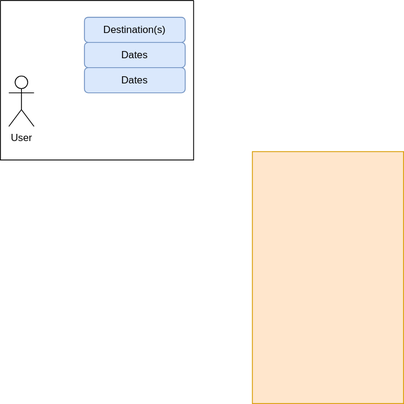
Before: FlightBookingSuggestor_v1.svg, a diagram exported from draw.io (slueckenotto99/FlightBookingSuggestor). Source tidied: cells renumbered, new cells last; positions are measured from the earlier drawing's top-left corner, leaving out a move shared by most shapes.
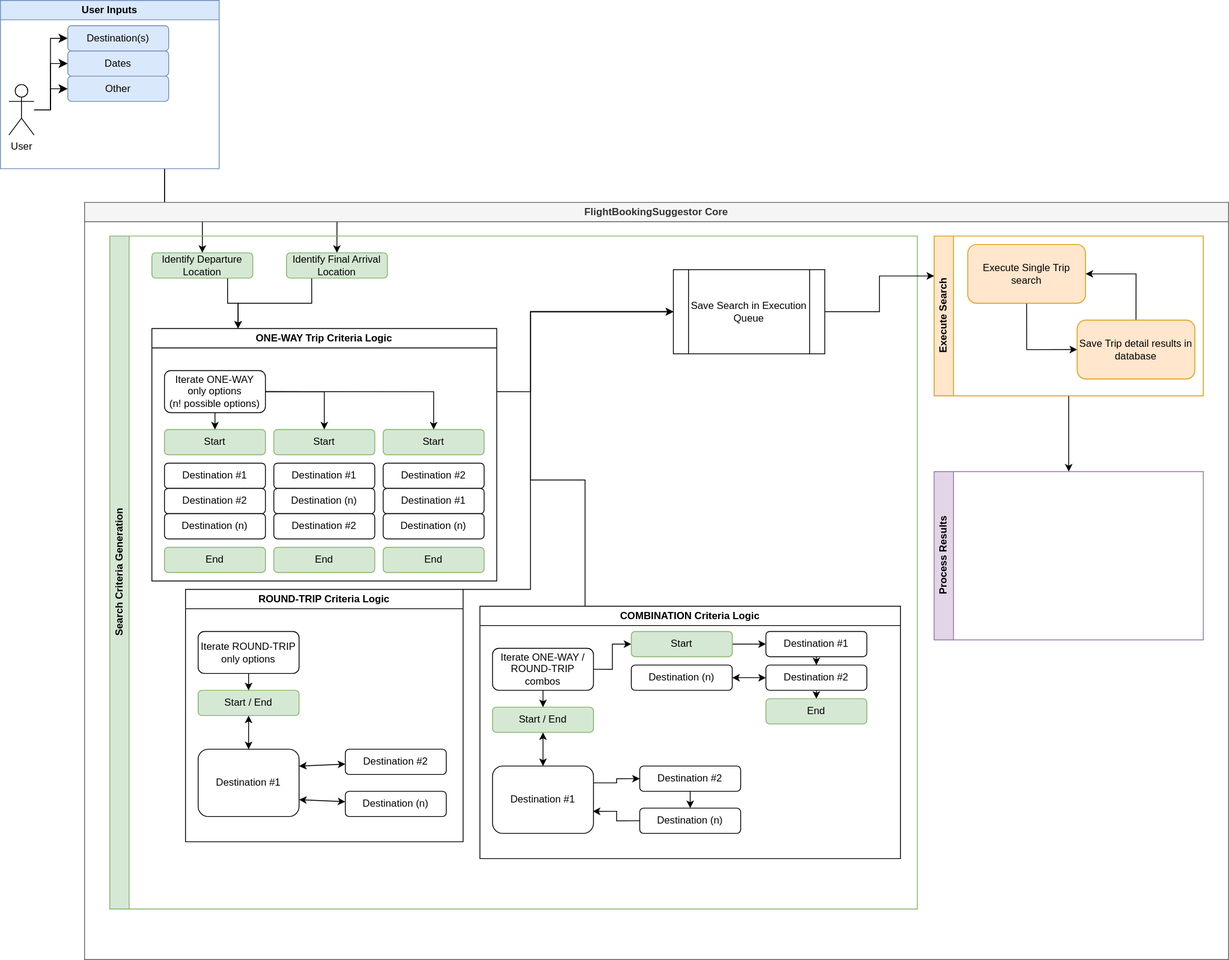
After the change.

Diff of the diagram source:
```diff
@@ -2,23 +2,258 @@
   <root>
     <mxCell id="0" />
     <mxCell id="1" parent="0" />
-    <mxCell id="2" style="rounded=0;whiteSpace=wrap;html=1;fillColor=#ffe6cc;strokeColor=#d79b00;" parent="1" vertex="1">
-      <mxGeometry x="300" y="180" width="180" height="300" as="geometry" />
-    </mxCell>
-    <mxCell id="3" style="swimlane;startSize=0;" parent="1" vertex="1">
-      <mxGeometry width="230" height="190" as="geometry" />
-    </mxCell>
+    <mxCell id="8" style="edgeStyle=orthogonalEdgeStyle;rounded=0;jettySize=auto;html=1;exitX=0.75;exitY=1;exitDx=0;exitDy=0;entryX=0.5;entryY=0;entryDx=0;entryDy=0;" parent="1" edge="1" source="10" target="17">
+      <mxGeometry relative="1" as="geometry" />
+    </mxCell>
+    <mxCell id="9" style="edgeStyle=orthogonalEdgeStyle;rounded=0;jettySize=auto;html=1;exitX=0.75;exitY=1;exitDx=0;exitDy=0;entryX=0.5;entryY=0;entryDx=0;entryDy=0;" parent="1" edge="1" source="10" target="19">
+      <mxGeometry relative="1" as="geometry" />
+    </mxCell>
+    <mxCell id="10" value="User Inputs" style="swimlane;whiteSpace=wrap;html=1;fillColor=#dae8fc;strokeColor=#6c8ebf;" parent="1" vertex="1">
+      <mxGeometry x="-10" y="10" width="260" height="200" as="geometry" />
+    </mxCell>
-    <mxCell id="4" value="User" style="shape=umlActor;verticalLabelPosition=bottom;verticalAlign=top;html=1;outlineConnect=0;" parent="3" vertex="1">
-      <mxGeometry x="10" y="90" width="30" height="60" as="geometry" />
+    <mxCell id="4" value="User" style="shape=umlActor;verticalLabelPosition=bottom;verticalAlign=top;html=1;outlineConnect=0;" parent="10" vertex="1">
+      <mxGeometry x="10" y="100" width="30" height="60" as="geometry" />
     </mxCell>
-    <mxCell id="5" value="Destination(s)" style="rounded=1;whiteSpace=wrap;html=1;fillColor=#dae8fc;strokeColor=#6c8ebf;" parent="3" vertex="1">
-      <mxGeometry x="100" y="20" width="120" height="30" as="geometry" />
+    <mxCell id="5" value="Destination(s)" style="rounded=1;whiteSpace=wrap;html=1;fillColor=#dae8fc;strokeColor=#6c8ebf;" parent="10" vertex="1">
+      <mxGeometry x="80" y="30" width="120" height="30" as="geometry" />
     </mxCell>
-    <mxCell id="6" value="Dates" style="rounded=1;whiteSpace=wrap;html=1;fillColor=#dae8fc;strokeColor=#6c8ebf;" parent="3" vertex="1">
-      <mxGeometry x="100" y="50" width="120" height="30" as="geometry" />
+    <mxCell id="6" value="Dates" style="rounded=1;whiteSpace=wrap;html=1;fillColor=#dae8fc;strokeColor=#6c8ebf;" parent="10" vertex="1">
+      <mxGeometry x="80" y="60" width="120" height="30" as="geometry" />
     </mxCell>
-    <mxCell id="7" value="Dates" style="rounded=1;whiteSpace=wrap;html=1;fillColor=#dae8fc;strokeColor=#6c8ebf;" parent="3" vertex="1">
-      <mxGeometry x="100" y="80" width="120" height="30" as="geometry" />
+    <mxCell id="7" value="Other" style="rounded=1;whiteSpace=wrap;html=1;fillColor=#dae8fc;strokeColor=#6c8ebf;" parent="10" vertex="1">
+      <mxGeometry x="80" y="90" width="120" height="30" as="geometry" />
     </mxCell>
+    <mxCell id="11" style="edgeStyle=elbowEdgeStyle;elbow=horizontal;endArrow=classic;html=1;curved=0;rounded=0;endSize=8;startSize=8;entryX=0;entryY=0.5;entryDx=0;entryDy=0;" parent="10" edge="1" source="4" target="5">
+      <mxGeometry relative="1" as="geometry" />
+    </mxCell>
+    <mxCell id="12" style="edgeStyle=elbowEdgeStyle;elbow=horizontal;endArrow=classic;html=1;curved=0;rounded=0;endSize=8;startSize=8;" parent="10" edge="1" source="4" target="6">
+      <mxGeometry relative="1" as="geometry" />
+    </mxCell>
+    <mxCell id="13" style="edgeStyle=elbowEdgeStyle;elbow=horizontal;endArrow=classic;html=1;curved=0;rounded=0;endSize=8;startSize=8;" parent="10" edge="1" source="4" target="7">
+      <mxGeometry relative="1" as="geometry" />
+    </mxCell>
+    <mxCell id="14" value="FlightBookingSuggestor Core" style="swimlane;whiteSpace=wrap;html=1;fillColor=#f5f5f5;fontColor=#333333;strokeColor=#666666;" parent="1" vertex="1">
+      <mxGeometry x="90" y="250" width="1360" height="900" as="geometry" />
+    </mxCell>
+    <mxCell id="15" value="Search Criteria Generation" style="swimlane;horizontal=0;whiteSpace=wrap;html=1;fillColor=#d5e8d4;strokeColor=#82b366;" parent="14" vertex="1">
+      <mxGeometry x="30" y="40" width="960" height="800" as="geometry" />
+    </mxCell>
+    <mxCell id="16" style="edgeStyle=orthogonalEdgeStyle;rounded=0;jettySize=auto;html=1;exitX=0.75;exitY=1;exitDx=0;exitDy=0;entryX=0.25;entryY=0;entryDx=0;entryDy=0;" parent="15" edge="1" source="17" target="20">
+      <mxGeometry relative="1" as="geometry" />
+    </mxCell>
+    <mxCell id="17" value="Identify Departure Location" style="rounded=1;whiteSpace=wrap;html=1;fillColor=#d5e8d4;strokeColor=#82b366;" parent="15" vertex="1">
+      <mxGeometry x="50" y="20" width="120" height="30" as="geometry" />
+    </mxCell>
+    <mxCell id="18" style="edgeStyle=orthogonalEdgeStyle;rounded=0;jettySize=auto;html=1;exitX=0.25;exitY=1;exitDx=0;exitDy=0;entryX=0.25;entryY=0;entryDx=0;entryDy=0;" parent="15" edge="1" source="19" target="20">
+      <mxGeometry relative="1" as="geometry" />
+    </mxCell>
+    <mxCell id="19" value="Identify Final Arrival Location" style="rounded=1;whiteSpace=wrap;html=1;fillColor=#d5e8d4;strokeColor=#82b366;" parent="15" vertex="1">
+      <mxGeometry x="210" y="20" width="120" height="30" as="geometry" />
+    </mxCell>
+    <mxCell id="20" value="ONE-WAY Trip Criteria Logic" style="swimlane;whiteSpace=wrap;html=1;" parent="15" vertex="1">
+      <mxGeometry x="50" y="110" width="410" height="300" as="geometry" />
+    </mxCell>
+    <mxCell id="21" value="Destination #1" style="rounded=1;whiteSpace=wrap;html=1;" parent="20" vertex="1">
+      <mxGeometry x="15" y="160" width="120" height="30" as="geometry" />
+    </mxCell>
+    <mxCell id="22" value="Destination #2" style="rounded=1;whiteSpace=wrap;html=1;" parent="20" vertex="1">
+      <mxGeometry x="15" y="190" width="120" height="30" as="geometry" />
+    </mxCell>
+    <mxCell id="23" value="Destination (n)" style="rounded=1;whiteSpace=wrap;html=1;" parent="20" vertex="1">
+      <mxGeometry x="15" y="220" width="120" height="30" as="geometry" />
+    </mxCell>
+    <mxCell id="24" value="Start" style="rounded=1;whiteSpace=wrap;html=1;fillColor=#d5e8d4;strokeColor=#82b366;" parent="20" vertex="1">
+      <mxGeometry x="15" y="120" width="120" height="30" as="geometry" />
+    </mxCell>
+    <mxCell id="25" value="End" style="rounded=1;whiteSpace=wrap;html=1;fillColor=#d5e8d4;strokeColor=#82b366;" parent="20" vertex="1">
+      <mxGeometry x="15" y="260" width="120" height="30" as="geometry" />
+    </mxCell>
+    <mxCell id="26" value="Destination #1" style="rounded=1;whiteSpace=wrap;html=1;" parent="20" vertex="1">
+      <mxGeometry x="145" y="160" width="120" height="30" as="geometry" />
+    </mxCell>
+    <mxCell id="27" value="Destination (n)" style="rounded=1;whiteSpace=wrap;html=1;" parent="20" vertex="1">
+      <mxGeometry x="145" y="190" width="120" height="30" as="geometry" />
+    </mxCell>
+    <mxCell id="28" value="Destination #2" style="rounded=1;whiteSpace=wrap;html=1;" parent="20" vertex="1">
+      <mxGeometry x="145" y="220" width="120" height="30" as="geometry" />
+    </mxCell>
+    <mxCell id="29" value="Start" style="rounded=1;whiteSpace=wrap;html=1;fillColor=#d5e8d4;strokeColor=#82b366;" parent="20" vertex="1">
+      <mxGeometry x="145" y="120" width="120" height="30" as="geometry" />
+    </mxCell>
+    <mxCell id="30" value="End" style="rounded=1;whiteSpace=wrap;html=1;fillColor=#d5e8d4;strokeColor=#82b366;" parent="20" vertex="1">
+      <mxGeometry x="145" y="260" width="120" height="30" as="geometry" />
+    </mxCell>
+    <mxCell id="31" value="Destination #2" style="rounded=1;whiteSpace=wrap;html=1;" parent="20" vertex="1">
+      <mxGeometry x="275" y="160" width="120" height="30" as="geometry" />
+    </mxCell>
+    <mxCell id="32" value="Destination #1" style="rounded=1;whiteSpace=wrap;html=1;" parent="20" vertex="1">
+      <mxGeometry x="275" y="190" width="120" height="30" as="geometry" />
+    </mxCell>
+    <mxCell id="33" value="Destination (n)" style="rounded=1;whiteSpace=wrap;html=1;" parent="20" vertex="1">
+      <mxGeometry x="275" y="220" width="120" height="30" as="geometry" />
+    </mxCell>
+    <mxCell id="34" value="Start" style="rounded=1;whiteSpace=wrap;html=1;fillColor=#d5e8d4;strokeColor=#82b366;" parent="20" vertex="1">
+      <mxGeometry x="275" y="120" width="120" height="30" as="geometry" />
+    </mxCell>
+    <mxCell id="35" value="End" style="rounded=1;whiteSpace=wrap;html=1;fillColor=#d5e8d4;strokeColor=#82b366;" parent="20" vertex="1">
+      <mxGeometry x="275" y="260" width="120" height="30" as="geometry" />
+    </mxCell>
+    <mxCell id="36" style="edgeStyle=orthogonalEdgeStyle;rounded=0;jettySize=auto;html=1;exitX=0.5;exitY=1;exitDx=0;exitDy=0;entryX=0.5;entryY=0;entryDx=0;entryDy=0;" parent="20" edge="1" source="39" target="24">
+      <mxGeometry relative="1" as="geometry" />
+    </mxCell>
+    <mxCell id="37" style="edgeStyle=orthogonalEdgeStyle;rounded=0;jettySize=auto;html=1;exitX=1;exitY=0.5;exitDx=0;exitDy=0;entryX=0.5;entryY=0;entryDx=0;entryDy=0;" parent="20" edge="1" source="39" target="29">
+      <mxGeometry relative="1" as="geometry" />
+    </mxCell>
+    <mxCell id="38" style="edgeStyle=orthogonalEdgeStyle;rounded=0;jettySize=auto;html=1;exitX=1;exitY=0.5;exitDx=0;exitDy=0;entryX=0.5;entryY=0;entryDx=0;entryDy=0;" parent="20" edge="1" source="39" target="34">
+      <mxGeometry relative="1" as="geometry" />
+    </mxCell>
+    <mxCell id="39" value="Iterate ONE-WAY only options&lt;div&gt;(n! possible options)&lt;/div&gt;" style="rounded=1;whiteSpace=wrap;html=1;" parent="20" vertex="1">
+      <mxGeometry x="15" y="50" width="120" height="50" as="geometry" />
+    </mxCell>
+    <mxCell id="40" value="Save Search in Execution Queue" style="shape=process;whiteSpace=wrap;html=1;backgroundOutline=1;" parent="15" vertex="1">
+      <mxGeometry x="670" y="40" width="180" height="100" as="geometry" />
+    </mxCell>
+    <mxCell id="41" style="edgeStyle=orthogonalEdgeStyle;rounded=0;jettySize=auto;html=1;exitX=1;exitY=0.25;exitDx=0;exitDy=0;" parent="15" edge="1" source="20" target="40">
+      <mxGeometry relative="1" as="geometry">
+        <Array as="points">
+          <mxPoint x="500" y="185" />
+          <mxPoint x="500" y="90" />
+        </Array>
+      </mxGeometry>
+    </mxCell>
+    <mxCell id="42" style="edgeStyle=orthogonalEdgeStyle;rounded=0;jettySize=auto;html=1;exitX=1;exitY=0;exitDx=0;exitDy=0;entryX=0;entryY=0.5;entryDx=0;entryDy=0;" parent="15" edge="1" source="43" target="40">
+      <mxGeometry relative="1" as="geometry">
+        <Array as="points">
+          <mxPoint x="500" y="420" />
+          <mxPoint x="500" y="90" />
+        </Array>
+      </mxGeometry>
+    </mxCell>
+    <mxCell id="43" value="ROUND-TRIP Criteria Logic" style="swimlane;whiteSpace=wrap;html=1;" parent="15" vertex="1">
+      <mxGeometry x="90" y="420" width="330" height="300" as="geometry" />
+    </mxCell>
+    <mxCell id="44" value="Destination #1" style="rounded=1;whiteSpace=wrap;html=1;" parent="43" vertex="1">
+      <mxGeometry x="15" y="190" width="120" height="80" as="geometry" />
+    </mxCell>
+    <mxCell id="45" value="Destination #2" style="rounded=1;whiteSpace=wrap;html=1;" parent="43" vertex="1">
+      <mxGeometry x="190" y="190" width="120" height="30" as="geometry" />
+    </mxCell>
+    <mxCell id="46" value="Destination (n)" style="rounded=1;whiteSpace=wrap;html=1;" parent="43" vertex="1">
+      <mxGeometry x="190" y="240" width="120" height="30" as="geometry" />
+    </mxCell>
+    <mxCell id="47" value="Start / End" style="rounded=1;whiteSpace=wrap;html=1;fillColor=#d5e8d4;strokeColor=#82b366;" parent="43" vertex="1">
+      <mxGeometry x="15" y="120" width="120" height="30" as="geometry" />
+    </mxCell>
+    <mxCell id="48" style="edgeStyle=orthogonalEdgeStyle;rounded=0;jettySize=auto;html=1;exitX=0.5;exitY=1;exitDx=0;exitDy=0;entryX=0.5;entryY=0;entryDx=0;entryDy=0;" parent="43" edge="1" source="49" target="47">
+      <mxGeometry relative="1" as="geometry" />
+    </mxCell>
+    <mxCell id="49" value="Iterate ROUND-TRIP only options" style="rounded=1;whiteSpace=wrap;html=1;" parent="43" vertex="1">
+      <mxGeometry x="15" y="50" width="120" height="50" as="geometry" />
+    </mxCell>
+    <mxCell id="50" style="endArrow=classic;startArrow=classic;html=1;rounded=0;exitX=1;exitY=0.25;exitDx=0;exitDy=0;" parent="43" edge="1" source="44" target="45">
+      <mxGeometry relative="1" as="geometry" />
+    </mxCell>
+    <mxCell id="51" style="endArrow=classic;startArrow=classic;html=1;rounded=0;exitX=1;exitY=0.75;exitDx=0;exitDy=0;" parent="43" edge="1" source="44" target="46">
+      <mxGeometry relative="1" as="geometry" />
+    </mxCell>
+    <mxCell id="52" style="endArrow=classic;startArrow=classic;html=1;rounded=0;exitX=0.5;exitY=1;exitDx=0;exitDy=0;entryX=0.5;entryY=0;entryDx=0;entryDy=0;" parent="43" edge="1" source="47" target="44">
+      <mxGeometry relative="1" as="geometry" />
+    </mxCell>
+    <mxCell id="53" style="edgeStyle=orthogonalEdgeStyle;rounded=0;jettySize=auto;html=1;exitX=0.25;exitY=0;exitDx=0;exitDy=0;entryX=0;entryY=0.5;entryDx=0;entryDy=0;" parent="15" edge="1" source="54" target="40">
+      <mxGeometry relative="1" as="geometry">
+        <Array as="points">
+          <mxPoint x="565" y="290" />
+          <mxPoint x="500" y="290" />
+          <mxPoint x="500" y="90" />
+        </Array>
+      </mxGeometry>
+    </mxCell>
+    <mxCell id="54" value="COMBINATION Criteria Logic" style="swimlane;whiteSpace=wrap;html=1;" parent="15" vertex="1">
+      <mxGeometry x="440" y="440" width="500" height="300" as="geometry" />
+    </mxCell>
+    <mxCell id="55" style="edgeStyle=orthogonalEdgeStyle;rounded=0;jettySize=auto;html=1;exitX=1;exitY=0.25;exitDx=0;exitDy=0;entryX=0;entryY=0.5;entryDx=0;entryDy=0;" parent="54" edge="1" source="56" target="58">
+      <mxGeometry relative="1" as="geometry" />
+    </mxCell>
+    <mxCell id="56" value="Destination #1" style="rounded=1;whiteSpace=wrap;html=1;" parent="54" vertex="1">
+      <mxGeometry x="15" y="190" width="120" height="80" as="geometry" />
+    </mxCell>
+    <mxCell id="57" style="edgeStyle=orthogonalEdgeStyle;rounded=0;jettySize=auto;html=1;exitX=0.5;exitY=1;exitDx=0;exitDy=0;entryX=0.5;entryY=0;entryDx=0;entryDy=0;" parent="54" edge="1" source="58" target="59">
+      <mxGeometry relative="1" as="geometry" />
+    </mxCell>
+    <mxCell id="58" value="Destination #2" style="rounded=1;whiteSpace=wrap;html=1;" parent="54" vertex="1">
+      <mxGeometry x="190" y="190" width="120" height="30" as="geometry" />
+    </mxCell>
+    <mxCell id="59" value="Destination (n)" style="rounded=1;whiteSpace=wrap;html=1;" parent="54" vertex="1">
+      <mxGeometry x="190" y="240" width="120" height="30" as="geometry" />
+    </mxCell>
+    <mxCell id="60" value="Start / End" style="rounded=1;whiteSpace=wrap;html=1;fillColor=#d5e8d4;strokeColor=#82b366;" parent="54" vertex="1">
+      <mxGeometry x="15" y="120" width="120" height="30" as="geometry" />
+    </mxCell>
+    <mxCell id="61" style="edgeStyle=orthogonalEdgeStyle;rounded=0;jettySize=auto;html=1;exitX=0.5;exitY=1;exitDx=0;exitDy=0;entryX=0.5;entryY=0;entryDx=0;entryDy=0;" parent="54" edge="1" source="63" target="60">
+      <mxGeometry relative="1" as="geometry" />
+    </mxCell>
+    <mxCell id="62" style="edgeStyle=orthogonalEdgeStyle;rounded=0;jettySize=auto;html=1;exitX=1;exitY=0.5;exitDx=0;exitDy=0;entryX=0;entryY=0.5;entryDx=0;entryDy=0;" parent="54" edge="1" source="63" target="72">
+      <mxGeometry relative="1" as="geometry" />
+    </mxCell>
+    <mxCell id="63" value="Iterate ONE-WAY / ROUND-TRIP combos" style="rounded=1;whiteSpace=wrap;html=1;" parent="54" vertex="1">
+      <mxGeometry x="15" y="50" width="120" height="50" as="geometry" />
+    </mxCell>
+    <mxCell id="64" style="endArrow=classic;startArrow=classic;html=1;rounded=0;exitX=0.5;exitY=1;exitDx=0;exitDy=0;entryX=0.5;entryY=0;entryDx=0;entryDy=0;" parent="54" edge="1" source="60" target="56">
+      <mxGeometry relative="1" as="geometry" />
+    </mxCell>
+    <mxCell id="65" style="edgeStyle=orthogonalEdgeStyle;rounded=0;jettySize=auto;html=1;exitX=0;exitY=0.5;exitDx=0;exitDy=0;entryX=0.993;entryY=0.673;entryDx=0;entryDy=0;entryPerimeter=0;" parent="54" edge="1" source="59" target="56">
+      <mxGeometry relative="1" as="geometry" />
+    </mxCell>
+    <mxCell id="66" style="edgeStyle=orthogonalEdgeStyle;rounded=0;jettySize=auto;html=1;exitX=0.5;exitY=1;exitDx=0;exitDy=0;entryX=0.5;entryY=0;entryDx=0;entryDy=0;" parent="54" edge="1" source="67" target="69">
+      <mxGeometry relative="1" as="geometry" />
+    </mxCell>
+    <mxCell id="67" value="Destination #1" style="rounded=1;whiteSpace=wrap;html=1;" parent="54" vertex="1">
+      <mxGeometry x="340" y="30" width="120" height="30" as="geometry" />
+    </mxCell>
+    <mxCell id="68" style="edgeStyle=orthogonalEdgeStyle;rounded=0;jettySize=auto;html=1;exitX=0.5;exitY=1;exitDx=0;exitDy=0;entryX=0.5;entryY=0;entryDx=0;entryDy=0;" parent="54" edge="1" source="69" target="74">
+      <mxGeometry relative="1" as="geometry" />
+    </mxCell>
+    <mxCell id="69" value="Destination #2" style="rounded=1;whiteSpace=wrap;html=1;" parent="54" vertex="1">
+      <mxGeometry x="340" y="70" width="120" height="30" as="geometry" />
+    </mxCell>
+    <mxCell id="70" value="Destination (n)" style="rounded=1;whiteSpace=wrap;html=1;" parent="54" vertex="1">
+      <mxGeometry x="180" y="70" width="120" height="30" as="geometry" />
+    </mxCell>
+    <mxCell id="71" style="edgeStyle=orthogonalEdgeStyle;rounded=0;jettySize=auto;html=1;exitX=1;exitY=0.5;exitDx=0;exitDy=0;entryX=0;entryY=0.5;entryDx=0;entryDy=0;" parent="54" edge="1" source="72" target="67">
+      <mxGeometry relative="1" as="geometry" />
+    </mxCell>
+    <mxCell id="72" value="Start" style="rounded=1;whiteSpace=wrap;html=1;fillColor=#d5e8d4;strokeColor=#82b366;" parent="54" vertex="1">
+      <mxGeometry x="180" y="30" width="120" height="30" as="geometry" />
+    </mxCell>
+    <mxCell id="73" style="endArrow=classic;startArrow=classic;html=1;rounded=0;exitX=0;exitY=0.5;exitDx=0;exitDy=0;entryX=1;entryY=0.5;entryDx=0;entryDy=0;" parent="54" edge="1" source="69" target="70">
+      <mxGeometry relative="1" as="geometry" />
+    </mxCell>
+    <mxCell id="74" value="End" style="rounded=1;whiteSpace=wrap;html=1;fillColor=#d5e8d4;strokeColor=#82b366;" parent="54" vertex="1">
+      <mxGeometry x="340" y="110" width="120" height="30" as="geometry" />
+    </mxCell>
+    <mxCell id="75" style="edgeStyle=orthogonalEdgeStyle;rounded=0;jettySize=auto;html=1;exitX=0.5;exitY=1;exitDx=0;exitDy=0;entryX=0.5;entryY=0;entryDx=0;entryDy=0;" parent="14" edge="1" source="76" target="81">
+      <mxGeometry relative="1" as="geometry" />
+    </mxCell>
+    <mxCell id="76" value="Execute Search" style="swimlane;horizontal=0;whiteSpace=wrap;html=1;fillColor=#ffe6cc;strokeColor=#d79b00;" parent="14" vertex="1">
+      <mxGeometry x="1010" y="40" width="320" height="190" as="geometry" />
+    </mxCell>
+    <mxCell id="77" style="edgeStyle=orthogonalEdgeStyle;rounded=0;jettySize=auto;html=1;exitX=0.5;exitY=1;exitDx=0;exitDy=0;entryX=0;entryY=0.5;entryDx=0;entryDy=0;" parent="76" edge="1" source="78" target="80">
+      <mxGeometry relative="1" as="geometry" />
+    </mxCell>
+    <mxCell id="78" value="Execute Single Trip search" style="rounded=1;whiteSpace=wrap;html=1;fillColor=#ffe6cc;strokeColor=#d79b00;" parent="76" vertex="1">
+      <mxGeometry x="40" y="10" width="140" height="70" as="geometry" />
+    </mxCell>
+    <mxCell id="79" style="edgeStyle=orthogonalEdgeStyle;rounded=0;jettySize=auto;html=1;exitX=0.5;exitY=0;exitDx=0;exitDy=0;entryX=1;entryY=0.5;entryDx=0;entryDy=0;" parent="76" edge="1" source="80" target="78">
+      <mxGeometry relative="1" as="geometry" />
+    </mxCell>
+    <mxCell id="80" value="Save Trip detail results in database" style="rounded=1;whiteSpace=wrap;html=1;fillColor=#ffe6cc;strokeColor=#d79b00;" parent="76" vertex="1">
+      <mxGeometry x="170" y="100" width="140" height="70" as="geometry" />
+    </mxCell>
+    <mxCell id="81" value="Process Results" style="swimlane;horizontal=0;whiteSpace=wrap;html=1;fillColor=#e1d5e7;strokeColor=#9673a6;" parent="14" vertex="1">
+      <mxGeometry x="1010" y="320" width="320" height="200" as="geometry" />
+    </mxCell>
+    <mxCell id="82" style="edgeStyle=orthogonalEdgeStyle;rounded=0;jettySize=auto;html=1;exitX=1;exitY=0.5;exitDx=0;exitDy=0;entryX=0;entryY=0.25;entryDx=0;entryDy=0;" parent="14" edge="1" source="40" target="76">
+      <mxGeometry relative="1" as="geometry" />
+    </mxCell>
   </root>
 </mxGraphModel>
```
